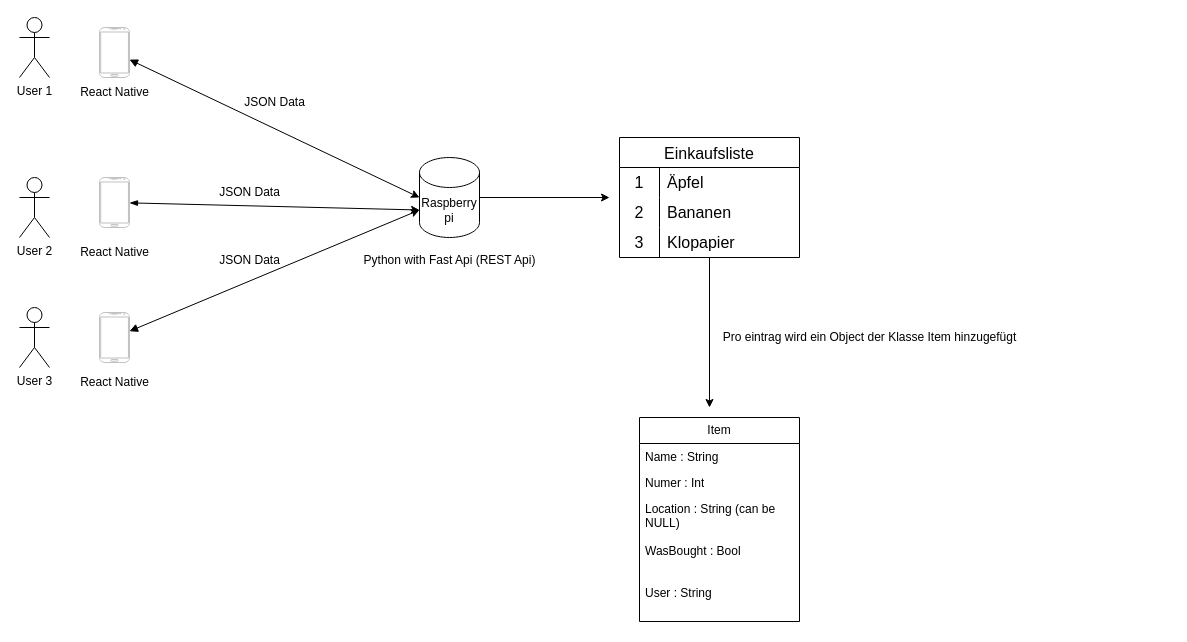
MakeMeFifi/Item_List_Project keeps this draw.io diagram as concept.drawio. Above is the earlier version. Source tidied: cells renumbered, new cells numbered last; positions are measured from the earlier drawing's top-left corner, leaving out a move shared by most shapes. Both pictures are drawn from the tidied source at 100%, with x=0, y=0 at pixel (19, 17).
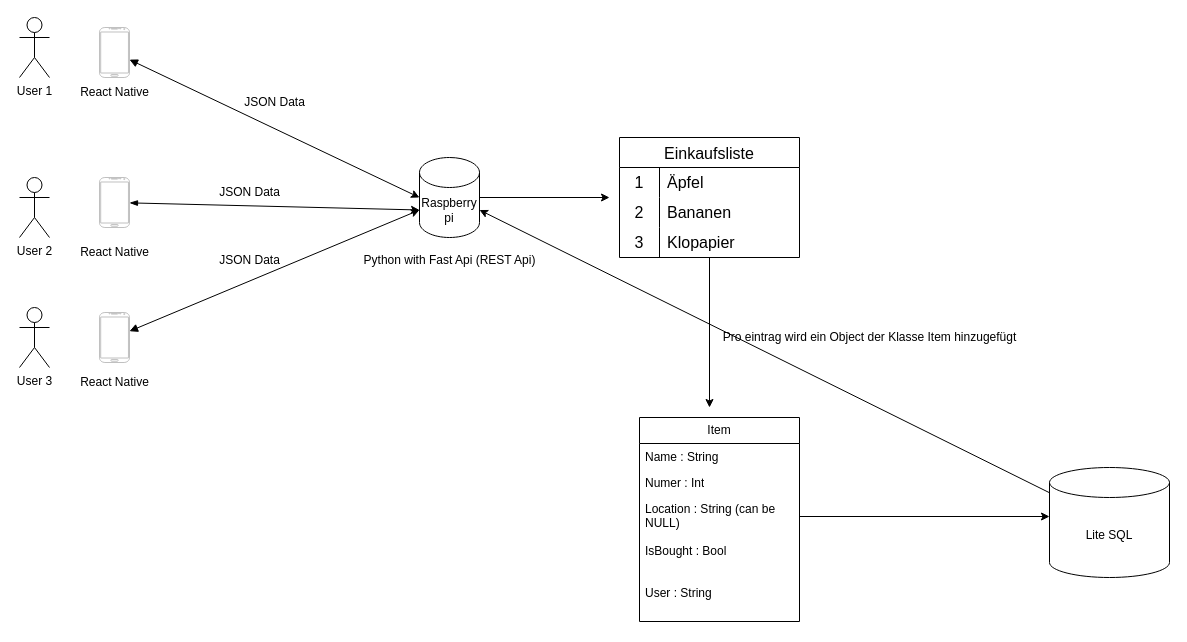
The same page after the edit.

Unchanged cells that the change refers to:
```xml
<mxCell id="12" value="Raspberry pi" style="shape=cylinder3;whiteSpace=wrap;html=1;boundedLbl=1;backgroundOutline=1;size=15;" parent="1" vertex="1">
  <mxGeometry x="400" y="140" width="60" height="80" as="geometry" />
</mxCell>
<mxCell id="32" value="Item" style="swimlane;fontStyle=0;horizontal=1;startSize=26;fillColor=none;whiteSpace=wrap;html=1;" parent="1" vertex="1">
  <mxGeometry x="620" y="400" width="160" height="204" as="geometry" />
</mxCell>
<mxCell id="35" value="Location : String (can be NULL)&lt;div&gt;&lt;br&gt;&lt;/div&gt;" style="text;strokeColor=none;fillColor=none;align=left;verticalAlign=top;spacingLeft=4;spacingRight=4;overflow=hidden;points=[[0,0.5],[1,0.5]];portConstraint=eastwest;whiteSpace=wrap;html=1;" parent="32" vertex="1">
  <mxGeometry y="78" width="160" height="42" as="geometry" />
</mxCell>
```

Change to the diagram source:
```diff
@@
+    <mxCell id="38" style="edgeStyle=none;html=1;" parent="32" edge="1" source="35">
+      <mxGeometry relative="1" as="geometry">
+        <mxPoint x="410" y="99" as="targetPoint" />
+      </mxGeometry>
+    </mxCell>
@@
-    <mxCell id="36" value="WasBought : Bool" style="text;strokeColor=none;fillColor=none;align=left;verticalAlign=top;spacingLeft=4;spacingRight=4;overflow=hidden;whiteSpace=wrap;html=1;" parent="32" vertex="1">
+    <mxCell id="36" value="IsBought : Bool" style="text;strokeColor=none;fillColor=none;align=left;verticalAlign=top;spacingLeft=4;spacingRight=4;overflow=hidden;whiteSpace=wrap;html=1;" parent="32" vertex="1">
       <mxGeometry y="120" width="160" height="42" as="geometry" />
     </mxCell>
@@
+    <mxCell id="39" value="Lite SQL" style="shape=cylinder3;whiteSpace=wrap;html=1;boundedLbl=1;backgroundOutline=1;size=15;" parent="1" vertex="1">
+      <mxGeometry x="1030" y="450" width="120" height="110" as="geometry" />
+    </mxCell>
+    <mxCell id="40" style="edgeStyle=none;html=1;entryX=1;entryY=0;entryDx=0;entryDy=52.5;entryPerimeter=0;" parent="1" edge="1" source="39" target="12">
+      <mxGeometry relative="1" as="geometry" />
+    </mxCell>
```
